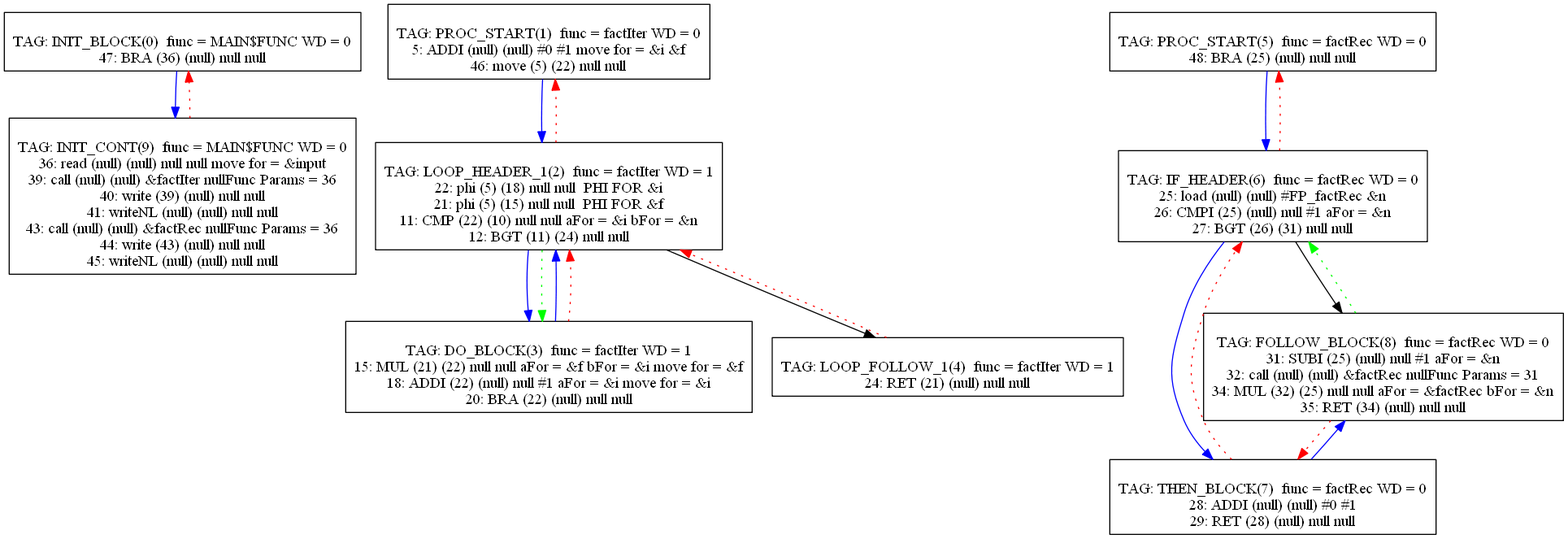
mbajaj92/Project-Astoria keeps this Graphviz diagram as Compiler/34graph.png. Above is the earlier version. Its source is kept beside it as Compiler/34graph.dot.
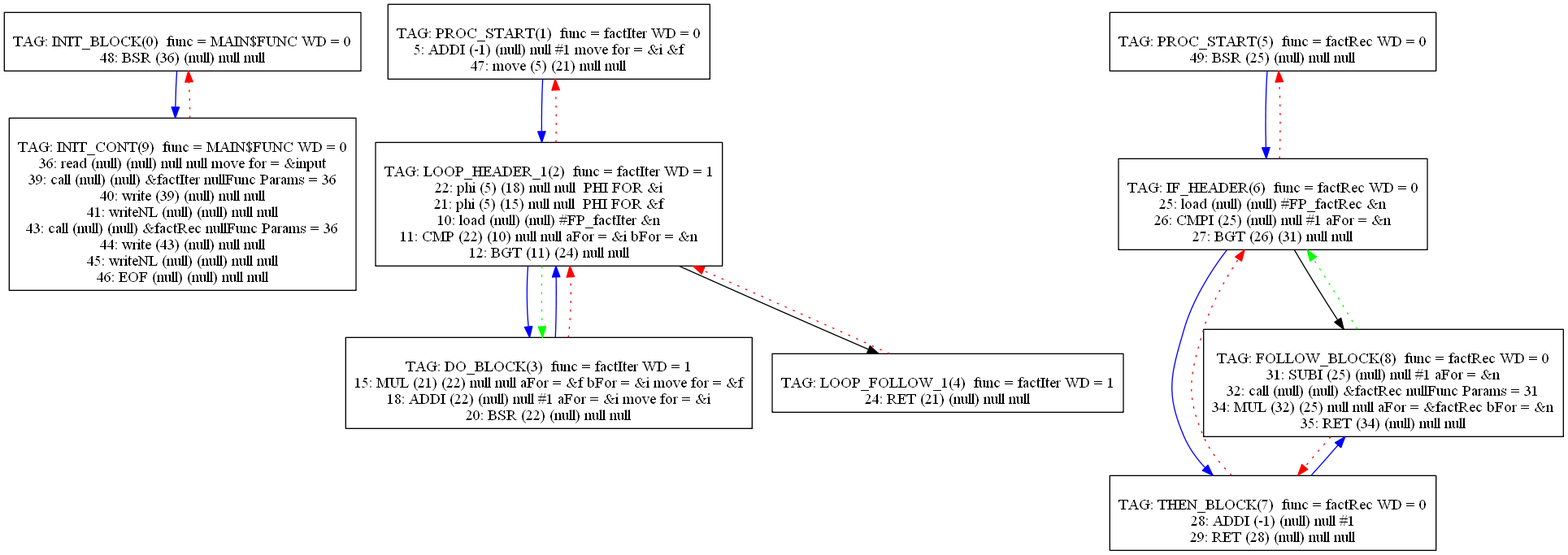
After the commit.

Change to the diagram source:
```diff
@@ -1,14 +1,14 @@
 digraph {
 0[label="
 TAG: INIT_BLOCK(0)  func = MAIN$FUNC WD = 0
-47: BRA (36) (null) null null
+48: BSR (36) (null) null null
 "];
 0[shape=box];
 0 -> 9[color=blue]
 1[label="
 TAG: PROC_START(1)  func = factIter WD = 0
-5: ADDI (null) (null) #0 #1 move for = &i &f
-46: move (5) (22) null null
+5: ADDI (-1) (null) null #1 move for = &i &f
+47: move (5) (21) null null
 "];
 1[shape=box];
 1 -> 2[color=blue]
@@ -16,6 +16,7 @@
 TAG: LOOP_HEADER_1(2)  func = factIter WD = 1
 22: phi (5) (18) null null  PHI FOR &i
 21: phi (5) (15) null null  PHI FOR &f
+10: load (null) (null) #FP_factIter &n
 11: CMP (22) (10) null null aFor = &i bFor = &n
 12: BGT (11) (24) null null
 "];
@@ -28,7 +29,7 @@
 TAG: DO_BLOCK(3)  func = factIter WD = 1
 15: MUL (21) (22) null null aFor = &f bFor = &i move for = &f
 18: ADDI (22) (null) null #1 aFor = &i move for = &i
-20: BRA (22) (null) null null
+20: BSR (22) (null) null null
 "];
 3[shape=box];
 3 -> 2[color=blue]
@@ -41,7 +42,7 @@
 4 -> 2[color=red][style=dotted]
 5[label="
 TAG: PROC_START(5)  func = factRec WD = 0
-48: BRA (25) (null) null null
+49: BSR (25) (null) null null
 "];
 5[shape=box];
 5 -> 6[color=blue]
@@ -57,7 +58,7 @@
 6 -> 5[color=red][style=dotted]
 7[label="
 TAG: THEN_BLOCK(7)  func = factRec WD = 0
-28: ADDI (null) (null) #0 #1
+28: ADDI (-1) (null) null #1
 29: RET (28) (null) null null
 "];
 7[shape=box];
@@ -82,6 +83,7 @@
 43: call (null) (null) &factRec nullFunc Params = 36
 44: write (43) (null) null null
 45: writeNL (null) (null) null null
+46: EOF (null) (null) null null
 "];
 9[shape=box];
 9 -> 0[color=red][style=dotted]
```
